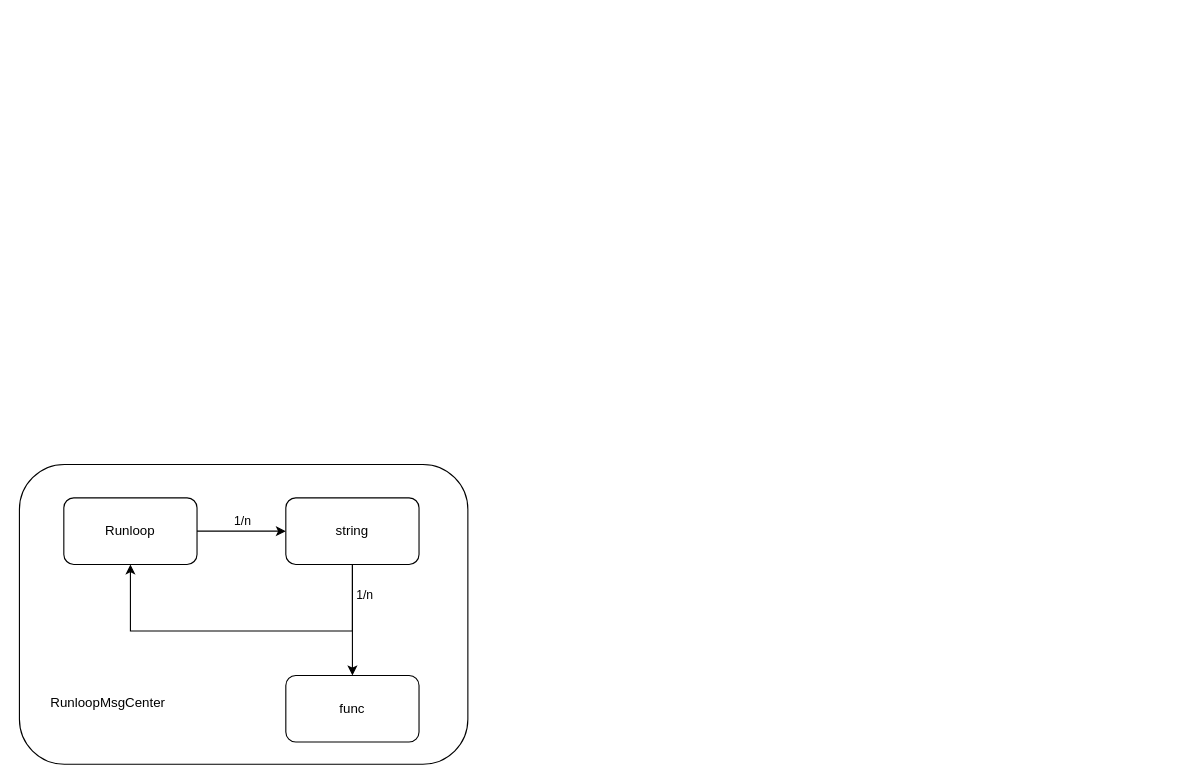
Earlier version of the draw.io diagram files/runloop.drawio (ouyangjunyi/drawio). Source tidied: cells renumbered, new cells numbered last; positions are measured from the earlier drawing's top-left corner, leaving out a move shared by most shapes. Both pictures are drawn from the tidied source at 111%, with x=0, y=0 at pixel (19, 464).
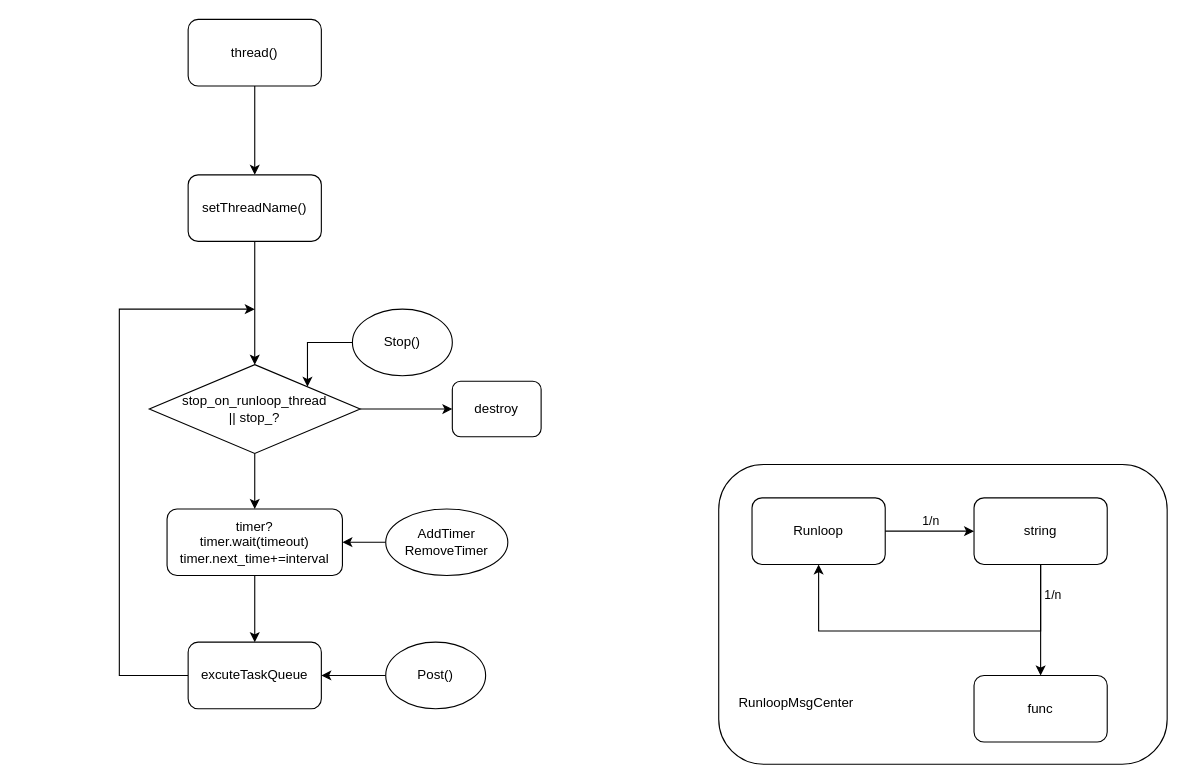
The same diagram, later.

The edit, as a diff of the source:
```diff
@@
+    <mxCell id="12" style="edgeStyle=orthogonalEdgeStyle;rounded=0;jettySize=auto;html=1;" parent="1" edge="1" source="13" target="15">
+      <mxGeometry relative="1" as="geometry" />
+    </mxCell>
+    <mxCell id="13" value="thread()" style="rounded=1;whiteSpace=wrap;html=1;" parent="1" vertex="1">
+      <mxGeometry x="152" y="-401" width="120" height="60" as="geometry" />
+    </mxCell>
+    <mxCell id="14" style="edgeStyle=orthogonalEdgeStyle;rounded=0;jettySize=auto;html=1;" parent="1" edge="1" source="15" target="21">
+      <mxGeometry relative="1" as="geometry" />
+    </mxCell>
+    <mxCell id="15" value="setThreadName()" style="rounded=1;whiteSpace=wrap;html=1;" parent="1" vertex="1">
+      <mxGeometry x="152" y="-261" width="120" height="60" as="geometry" />
+    </mxCell>
+    <mxCell id="16" style="edgeStyle=orthogonalEdgeStyle;rounded=0;jettySize=auto;html=1;exitX=0;exitY=0.5;exitDx=0;exitDy=0;" parent="1" edge="1" source="17">
+      <mxGeometry relative="1" as="geometry">
+        <mxPoint x="212" y="-140" as="targetPoint" />
+        <Array as="points">
+          <mxPoint x="90" y="190" />
+          <mxPoint x="90" y="-140" />
+        </Array>
+      </mxGeometry>
+    </mxCell>
+    <mxCell id="17" value="excuteTaskQueue" style="rounded=1;whiteSpace=wrap;html=1;" parent="1" vertex="1">
+      <mxGeometry x="152" y="160" width="120" height="60" as="geometry" />
+    </mxCell>
+    <mxCell id="18" style="group;" parent="1" vertex="1">
+      <mxGeometry x="630" width="404" height="270" as="geometry" />
+    </mxCell>
-    <mxCell id="2" style="rounded=1;whiteSpace=wrap;html=1;" parent="1" vertex="1">
+    <mxCell id="2" style="rounded=1;whiteSpace=wrap;html=1;" parent="18" vertex="1">
       <mxGeometry width="404" height="270" as="geometry" />
     </mxCell>
-    <mxCell id="3" style="edgeStyle=orthogonalEdgeStyle;rounded=0;jettySize=auto;html=1;" parent="1" edge="1" source="5" target="9">
-      <mxGeometry relative="1" as="geometry" />
-    </mxCell>
-    <mxCell id="4" value="1/n" style="edgeLabel;html=1;align=center;verticalAlign=middle;" parent="3" vertex="1">
-      <mxGeometry y="-1" relative="1" as="geometry">
-        <mxPoint y="-11" as="offset" />
-      </mxGeometry>
-    </mxCell>
-    <mxCell id="5" value="Runloop" style="rounded=1;whiteSpace=wrap;html=1;" parent="1" vertex="1">
-      <mxGeometry x="40" y="30" width="120" height="60" as="geometry" />
+    <mxCell id="5" value="Runloop" style="rounded=1;whiteSpace=wrap;html=1;" parent="18" vertex="1">
+      <mxGeometry x="30" y="30" width="120" height="60" as="geometry" />
     </mxCell>
-    <mxCell id="6" style="edgeStyle=orthogonalEdgeStyle;rounded=0;jettySize=auto;html=1;" parent="1" edge="1" source="9" target="10">
-      <mxGeometry relative="1" as="geometry" />
-    </mxCell>
-    <mxCell id="7" style="edgeStyle=orthogonalEdgeStyle;rounded=0;jettySize=auto;html=1;entryX=0.5;entryY=1;entryDx=0;entryDy=0;" parent="1" edge="1" source="9" target="5">
+    <mxCell id="7" style="edgeStyle=orthogonalEdgeStyle;rounded=0;jettySize=auto;html=1;entryX=0.5;entryY=1;entryDx=0;entryDy=0;" parent="18" edge="1" source="9" target="5">
       <mxGeometry relative="1" as="geometry">
         <Array as="points">
-          <mxPoint x="300" y="150" />
-          <mxPoint x="100" y="150" />
+          <mxPoint x="290" y="150" />
+          <mxPoint x="90" y="150" />
         </Array>
       </mxGeometry>
     </mxCell>
@@
-    <mxCell id="9" value="string" style="rounded=1;whiteSpace=wrap;html=1;" parent="1" vertex="1">
-      <mxGeometry x="240" y="30" width="120" height="60" as="geometry" />
+    <mxCell id="9" value="string" style="rounded=1;whiteSpace=wrap;html=1;" parent="18" vertex="1">
+      <mxGeometry x="230" y="30" width="120" height="60" as="geometry" />
     </mxCell>
+    <mxCell id="3" style="edgeStyle=orthogonalEdgeStyle;rounded=0;jettySize=auto;html=1;" parent="18" edge="1" source="5" target="9">
+      <mxGeometry relative="1" as="geometry" />
+    </mxCell>
+    <mxCell id="4" value="1/n" style="edgeLabel;html=1;align=center;verticalAlign=middle;" parent="3" vertex="1">
+      <mxGeometry y="-1" relative="1" as="geometry">
+        <mxPoint y="-11" as="offset" />
+      </mxGeometry>
+    </mxCell>
-    <mxCell id="10" value="func" style="rounded=1;whiteSpace=wrap;html=1;" parent="1" vertex="1">
-      <mxGeometry x="240" y="190" width="120" height="60" as="geometry" />
+    <mxCell id="10" value="func" style="rounded=1;whiteSpace=wrap;html=1;" parent="18" vertex="1">
+      <mxGeometry x="230" y="190" width="120" height="60" as="geometry" />
     </mxCell>
+    <mxCell id="6" style="edgeStyle=orthogonalEdgeStyle;rounded=0;jettySize=auto;html=1;" parent="18" edge="1" source="9" target="10">
+      <mxGeometry relative="1" as="geometry" />
+    </mxCell>
-    <mxCell id="11" value="RunloopMsgCenter" style="text;html=1;strokeColor=none;fillColor=none;align=center;verticalAlign=middle;whiteSpace=wrap;rounded=0;" parent="1" vertex="1">
-      <mxGeometry x="50" y="200" width="60" height="30" as="geometry" />
+    <mxCell id="11" value="RunloopMsgCenter" style="text;html=1;strokeColor=none;fillColor=none;align=center;verticalAlign=middle;whiteSpace=wrap;rounded=0;" parent="18" vertex="1">
+      <mxGeometry x="40" y="200" width="60" height="30" as="geometry" />
     </mxCell>
+    <mxCell id="19" style="edgeStyle=orthogonalEdgeStyle;rounded=0;jettySize=auto;html=1;" parent="1" edge="1" source="21" target="24">
+      <mxGeometry relative="1" as="geometry" />
+    </mxCell>
+    <mxCell id="20" style="edgeStyle=orthogonalEdgeStyle;rounded=0;jettySize=auto;html=1;" parent="1" edge="1" source="21" target="22">
+      <mxGeometry relative="1" as="geometry" />
+    </mxCell>
+    <mxCell id="21" value="stop_on_runloop_thread&lt;br&gt;|| stop_?" style="rhombus;whiteSpace=wrap;html=1;" parent="1" vertex="1">
+      <mxGeometry x="117" y="-90" width="190" height="80" as="geometry" />
+    </mxCell>
+    <mxCell id="22" value="destroy" style="rounded=1;whiteSpace=wrap;html=1;" parent="1" vertex="1">
+      <mxGeometry x="390" y="-75" width="80" height="50" as="geometry" />
+    </mxCell>
+    <mxCell id="23" style="edgeStyle=orthogonalEdgeStyle;rounded=0;jettySize=auto;html=1;" parent="1" edge="1" source="24" target="17">
+      <mxGeometry relative="1" as="geometry" />
+    </mxCell>
+    <mxCell id="24" value="timer?&lt;br&gt;timer.wait(timeout)&lt;br&gt;timer.next_time+=interval" style="rounded=1;whiteSpace=wrap;html=1;" parent="1" vertex="1">
+      <mxGeometry x="133" y="40" width="158" height="60" as="geometry" />
+    </mxCell>
+    <mxCell id="25" style="edgeStyle=orthogonalEdgeStyle;rounded=0;jettySize=auto;html=1;" parent="1" edge="1" source="26" target="24">
+      <mxGeometry relative="1" as="geometry" />
+    </mxCell>
+    <mxCell id="26" value="AddTimer&lt;br&gt;RemoveTimer" style="ellipse;whiteSpace=wrap;html=1;" parent="1" vertex="1">
+      <mxGeometry x="330" y="40" width="110" height="60" as="geometry" />
+    </mxCell>
+    <mxCell id="27" style="edgeStyle=orthogonalEdgeStyle;rounded=0;jettySize=auto;html=1;entryX=1;entryY=0;entryDx=0;entryDy=0;" parent="1" edge="1" source="28" target="21">
+      <mxGeometry relative="1" as="geometry">
+        <Array as="points">
+          <mxPoint x="260" y="-110" />
+        </Array>
+      </mxGeometry>
+    </mxCell>
+    <mxCell id="28" value="Stop()" style="ellipse;whiteSpace=wrap;html=1;" parent="1" vertex="1">
+      <mxGeometry x="300" y="-140" width="90" height="60" as="geometry" />
+    </mxCell>
+    <mxCell id="29" style="edgeStyle=orthogonalEdgeStyle;rounded=0;jettySize=auto;html=1;" parent="1" edge="1" source="30" target="17">
+      <mxGeometry relative="1" as="geometry" />
+    </mxCell>
+    <mxCell id="30" value="Post()" style="ellipse;whiteSpace=wrap;html=1;" parent="1" vertex="1">
+      <mxGeometry x="330" y="160" width="90" height="60" as="geometry" />
+    </mxCell>
```
